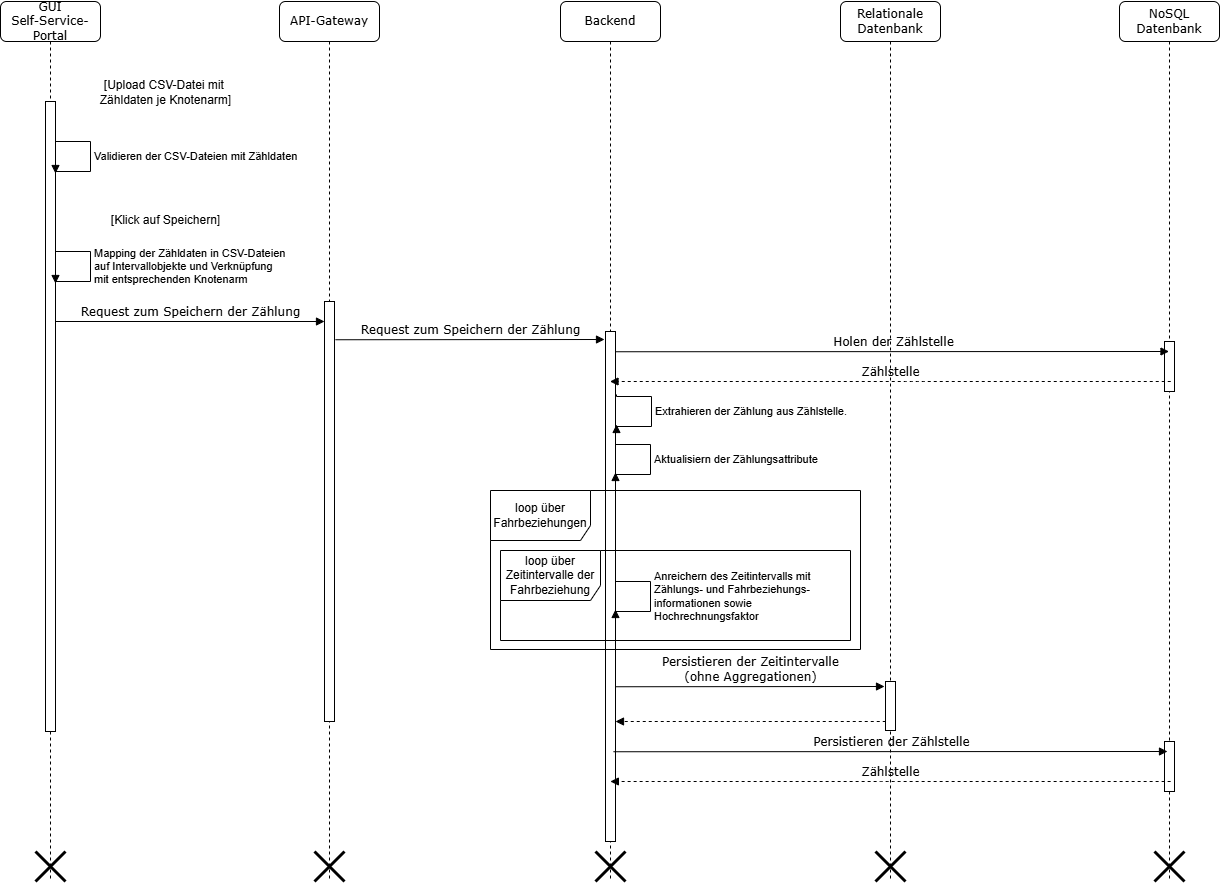
it-at-m/dave keeps this draw.io diagram as docs/src/img/DAVe_Laufzeitdiagramm_SelfServiceportal_Zaehlstelle_Zaehlung_Persistierung_Intervalle.drawio.png. Above is the earlier version. Source tidied: cells renumbered, new cells last; positions are measured from the earlier drawing's top-left corner, leaving out a move shared by most shapes. Its diagram source:
```xml
<mxGraphModel>
  <root>
    <mxCell id="0" />
    <mxCell id="1" parent="0" />
    <mxCell id="2" value="API-Gateway" style="shape=umlLifeline;perimeter=lifelinePerimeter;whiteSpace=wrap;html=1;rounded=1;shadow=0;comic=0;labelBackgroundColor=none;strokeWidth=1;fontFamily=Verdana;fontSize=12;align=center;" parent="1" vertex="1">
      <mxGeometry x="279" width="100" height="880" as="geometry" />
    </mxCell>
    <mxCell id="3" style="html=1;perimeter=orthogonalPerimeter;rounded=0;shadow=0;comic=0;labelBackgroundColor=none;strokeWidth=1;fontFamily=Verdana;fontSize=12;align=center;" parent="2" vertex="1">
      <mxGeometry x="45" y="300" width="10" height="420" as="geometry" />
    </mxCell>
    <mxCell id="4" style="shape=umlDestroy;whiteSpace=wrap;html=1;strokeWidth=3;targetShapes=umlLifeline;" parent="2" vertex="1">
      <mxGeometry x="35" y="850" width="30" height="30" as="geometry" />
    </mxCell>
    <mxCell id="5" value="Backend" style="shape=umlLifeline;perimeter=lifelinePerimeter;whiteSpace=wrap;html=1;outlineConnect=0;rounded=1;shadow=0;comic=0;labelBackgroundColor=none;strokeWidth=1;fontFamily=Verdana;fontSize=12;align=center;" parent="1" vertex="1">
      <mxGeometry x="560" width="100" height="880" as="geometry" />
    </mxCell>
    <mxCell id="6" style="html=1;points=[];perimeter=orthogonalPerimeter;rounded=0;shadow=0;comic=0;labelBackgroundColor=none;strokeWidth=1;fontFamily=Verdana;fontSize=12;align=center;" parent="5" vertex="1">
      <mxGeometry x="45" y="330" width="10" height="510" as="geometry" />
    </mxCell>
    <mxCell id="7" value="Aktualisiern der Zählungsattribute" style="html=1;align=left;spacingLeft=2;endArrow=block;rounded=0;edgeStyle=orthogonalEdgeStyle;curved=0;rounded=0;" parent="5" edge="1">
      <mxGeometry relative="1" as="geometry">
        <mxPoint x="55" y="441" as="sourcePoint" />
        <mxPoint x="55" y="471" as="targetPoint" />
        <Array as="points">
          <mxPoint x="90" y="443" />
          <mxPoint x="90" y="473" />
        </Array>
      </mxGeometry>
    </mxCell>
    <mxCell id="8" style="shape=umlDestroy;whiteSpace=wrap;html=1;strokeWidth=3;targetShapes=umlLifeline;" parent="5" vertex="1">
      <mxGeometry x="35" y="850" width="30" height="30" as="geometry" />
    </mxCell>
    <mxCell id="9" value="Anreichern des Zeitintervalls mit&lt;div&gt;&lt;div&gt;Zählungs- und Fahrbeziehungs-&lt;/div&gt;&lt;/div&gt;&lt;div&gt;informationen sowie&amp;nbsp;&lt;/div&gt;&lt;div&gt;Hochrechnungsfaktor&lt;/div&gt;" style="html=1;align=left;spacingLeft=2;endArrow=block;rounded=0;edgeStyle=orthogonalEdgeStyle;curved=0;rounded=0;" parent="5" edge="1">
      <mxGeometry relative="1" as="geometry">
        <mxPoint x="55" y="578" as="sourcePoint" />
        <mxPoint x="55" y="608" as="targetPoint" />
        <Array as="points">
          <mxPoint x="90" y="580" />
          <mxPoint x="90" y="610" />
        </Array>
      </mxGeometry>
    </mxCell>
    <mxCell id="10" value="Persistieren der Zeitintervalle&lt;div&gt;(ohne Aggregationen)&lt;/div&gt;" style="html=1;verticalAlign=bottom;endArrow=block;entryX=0;entryY=0;labelBackgroundColor=none;fontFamily=Verdana;fontSize=12;edgeStyle=elbowEdgeStyle;elbow=vertical;" parent="5" edge="1">
      <mxGeometry relative="1" as="geometry">
        <mxPoint x="55" y="685.2" as="sourcePoint" />
        <mxPoint x="324" y="685.2" as="targetPoint" />
      </mxGeometry>
    </mxCell>
    <mxCell id="11" value="Relationale&lt;div&gt;Datenbank&lt;/div&gt;" style="shape=umlLifeline;perimeter=lifelinePerimeter;whiteSpace=wrap;html=1;rounded=1;shadow=0;comic=0;labelBackgroundColor=none;strokeWidth=1;fontFamily=Verdana;fontSize=12;align=center;" parent="1" vertex="1">
      <mxGeometry x="840" width="100" height="880" as="geometry" />
    </mxCell>
    <mxCell id="12" style="shape=umlDestroy;whiteSpace=wrap;html=1;strokeWidth=3;targetShapes=umlLifeline;" parent="11" vertex="1">
      <mxGeometry x="35" y="850" width="30" height="30" as="geometry" />
    </mxCell>
    <mxCell id="13" style="html=1;perimeter=orthogonalPerimeter;rounded=0;shadow=0;comic=0;labelBackgroundColor=none;strokeWidth=1;fontFamily=Verdana;fontSize=12;align=center;" parent="11" vertex="1">
      <mxGeometry x="45" y="680" width="10" height="49" as="geometry" />
    </mxCell>
    <mxCell id="14" value="GUI&lt;div&gt;Self-Service-Portal&lt;/div&gt;" style="shape=umlLifeline;perimeter=lifelinePerimeter;whiteSpace=wrap;html=1;rounded=1;shadow=0;comic=0;labelBackgroundColor=none;strokeWidth=1;fontFamily=Verdana;fontSize=12;align=center;" parent="1" vertex="1">
      <mxGeometry width="100" height="880" as="geometry" />
    </mxCell>
    <mxCell id="15" style="html=1;perimeter=orthogonalPerimeter;rounded=0;shadow=0;comic=0;labelBackgroundColor=none;strokeWidth=1;fontFamily=Verdana;fontSize=12;align=center;" parent="14" vertex="1">
      <mxGeometry x="45" y="100" width="10" height="630" as="geometry" />
    </mxCell>
    <mxCell id="16" style="shape=umlDestroy;whiteSpace=wrap;html=1;strokeWidth=3;targetShapes=umlLifeline;" parent="14" vertex="1">
      <mxGeometry x="35" y="850" width="30" height="30" as="geometry" />
    </mxCell>
    <mxCell id="17" value="Validieren der CSV-Dateien mit Zähldaten" style="html=1;align=left;spacingLeft=2;endArrow=block;rounded=0;edgeStyle=orthogonalEdgeStyle;curved=0;rounded=0;" parent="14" edge="1">
      <mxGeometry relative="1" as="geometry">
        <mxPoint x="55" y="142" as="sourcePoint" />
        <mxPoint x="55" y="172" as="targetPoint" />
        <Array as="points">
          <mxPoint x="90" y="140" />
          <mxPoint x="90" y="170" />
        </Array>
      </mxGeometry>
    </mxCell>
    <mxCell id="18" value="Mapping der Zähldaten in CSV-Dateien&lt;div&gt;auf Intervallobjekte und Verknüpfung&lt;/div&gt;&lt;div&gt;mit entsprechenden Knotenarm&lt;/div&gt;" style="html=1;align=left;spacingLeft=2;endArrow=block;rounded=0;edgeStyle=orthogonalEdgeStyle;curved=0;rounded=0;" parent="14" edge="1">
      <mxGeometry relative="1" as="geometry">
        <mxPoint x="55" y="252" as="sourcePoint" />
        <mxPoint x="55" y="282" as="targetPoint" />
        <Array as="points">
          <mxPoint x="90" y="250" />
          <mxPoint x="90" y="280" />
        </Array>
      </mxGeometry>
    </mxCell>
    <mxCell id="19" value="[Upload CSV-Datei mit&amp;nbsp;&lt;div&gt;Zähldaten je Knotenarm]&lt;/div&gt;" style="text;html=1;strokeColor=none;fillColor=none;align=center;verticalAlign=middle;whiteSpace=wrap;rounded=0;" parent="1" vertex="1">
      <mxGeometry x="70" y="76" width="191" height="30" as="geometry" />
    </mxCell>
    <mxCell id="20" value="[Klick auf Speichern]" style="text;html=1;strokeColor=none;fillColor=none;align=center;verticalAlign=middle;whiteSpace=wrap;rounded=0;" parent="1" vertex="1">
      <mxGeometry x="70" y="204" width="191" height="30" as="geometry" />
    </mxCell>
    <mxCell id="21" value="Request zum Speichern der Zählung" style="html=1;verticalAlign=bottom;endArrow=block;entryX=0;entryY=0;labelBackgroundColor=none;fontFamily=Verdana;fontSize=12;edgeStyle=elbowEdgeStyle;elbow=vertical;" parent="1" edge="1">
      <mxGeometry relative="1" as="geometry">
        <mxPoint x="55" y="320" as="sourcePoint" />
        <mxPoint x="324" y="320" as="targetPoint" />
      </mxGeometry>
    </mxCell>
    <mxCell id="22" value="Request zum Speichern der Zählung" style="html=1;verticalAlign=bottom;endArrow=block;entryX=0;entryY=0;labelBackgroundColor=none;fontFamily=Verdana;fontSize=12;edgeStyle=elbowEdgeStyle;elbow=vertical;" parent="1" edge="1">
      <mxGeometry relative="1" as="geometry">
        <mxPoint x="335" y="338.2" as="sourcePoint" />
        <mxPoint x="604" y="338.2" as="targetPoint" />
      </mxGeometry>
    </mxCell>
    <mxCell id="23" value="loop über&lt;div&gt;Fahrbeziehungen&lt;/div&gt;" style="shape=umlFrame;whiteSpace=wrap;html=1;width=100;height=50;" parent="1" vertex="1">
      <mxGeometry x="490" y="489" width="370" height="159" as="geometry" />
    </mxCell>
    <mxCell id="24" value="loop über&lt;div&gt;Zeitintervalle der Fahrbeziehung&lt;/div&gt;" style="shape=umlFrame;whiteSpace=wrap;html=1;width=100;height=50;" parent="1" vertex="1">
      <mxGeometry x="500" y="549" width="350" height="90" as="geometry" />
    </mxCell>
    <mxCell id="25" style="html=1;verticalAlign=bottom;endArrow=block;labelBackgroundColor=none;fontFamily=Verdana;fontSize=12;edgeStyle=elbowEdgeStyle;elbow=vertical;exitX=0.925;exitY=0.55;exitDx=0;exitDy=0;exitPerimeter=0;dashed=1;" parent="1" edge="1">
      <mxGeometry relative="1" as="geometry">
        <mxPoint x="885.2" y="720" as="sourcePoint" />
        <mxPoint x="615" y="720" as="targetPoint" />
      </mxGeometry>
    </mxCell>
    <mxCell id="26" value="NoSQL&lt;div&gt;Datenbank&lt;/div&gt;" style="shape=umlLifeline;perimeter=lifelinePerimeter;whiteSpace=wrap;html=1;outlineConnect=0;rounded=1;shadow=0;comic=0;labelBackgroundColor=none;strokeWidth=1;fontFamily=Verdana;fontSize=12;align=center;" parent="1" vertex="1">
      <mxGeometry x="1119" width="100" height="880" as="geometry" />
    </mxCell>
    <mxCell id="27" style="shape=umlDestroy;whiteSpace=wrap;html=1;strokeWidth=3;targetShapes=umlLifeline;" parent="26" vertex="1">
      <mxGeometry x="35" y="850" width="30" height="30" as="geometry" />
    </mxCell>
    <mxCell id="28" style="html=1;perimeter=orthogonalPerimeter;rounded=0;shadow=0;comic=0;labelBackgroundColor=none;strokeWidth=1;fontFamily=Verdana;fontSize=12;align=center;" parent="26" vertex="1">
      <mxGeometry x="45" y="740" width="10" height="50" as="geometry" />
    </mxCell>
    <mxCell id="29" style="html=1;perimeter=orthogonalPerimeter;rounded=0;shadow=0;comic=0;labelBackgroundColor=none;strokeWidth=1;fontFamily=Verdana;fontSize=12;align=center;" parent="26" vertex="1">
      <mxGeometry x="45" y="340" width="10" height="50" as="geometry" />
    </mxCell>
    <mxCell id="30" value="Holen der Zählstelle" style="html=1;verticalAlign=bottom;endArrow=block;labelBackgroundColor=none;fontFamily=Verdana;fontSize=12;edgeStyle=elbowEdgeStyle;elbow=vertical;" parent="1" edge="1" target="26">
      <mxGeometry relative="1" as="geometry">
        <mxPoint x="615" y="350.2" as="sourcePoint" />
      </mxGeometry>
    </mxCell>
    <mxCell id="31" value="Extrahieren der Zählung aus Zählstelle." style="html=1;align=left;spacingLeft=2;endArrow=block;rounded=0;edgeStyle=orthogonalEdgeStyle;curved=0;rounded=0;" parent="1" edge="1">
      <mxGeometry relative="1" as="geometry">
        <mxPoint x="616" y="393" as="sourcePoint" />
        <mxPoint x="616" y="423" as="targetPoint" />
        <Array as="points">
          <mxPoint x="651" y="395" />
          <mxPoint x="651" y="425" />
        </Array>
      </mxGeometry>
    </mxCell>
    <mxCell id="32" value="Zählstelle" style="html=1;verticalAlign=bottom;endArrow=block;labelBackgroundColor=none;fontFamily=Verdana;fontSize=12;edgeStyle=elbowEdgeStyle;elbow=vertical;exitX=0.925;exitY=0.55;exitDx=0;exitDy=0;exitPerimeter=0;dashed=1;" parent="1" edge="1" target="5">
      <mxGeometry relative="1" as="geometry">
        <mxPoint x="1170.2" y="380" as="sourcePoint" />
      </mxGeometry>
    </mxCell>
    <mxCell id="33" value="Persistieren der Zählstelle" style="html=1;verticalAlign=bottom;endArrow=block;labelBackgroundColor=none;fontFamily=Verdana;fontSize=12;edgeStyle=elbowEdgeStyle;elbow=vertical;" parent="1" edge="1">
      <mxGeometry relative="1" as="geometry">
        <mxPoint x="613" y="750.2" as="sourcePoint" />
        <mxPoint x="1167" y="750" as="targetPoint" />
      </mxGeometry>
    </mxCell>
    <mxCell id="34" value="Zählstelle" style="html=1;verticalAlign=bottom;endArrow=block;labelBackgroundColor=none;fontFamily=Verdana;fontSize=12;edgeStyle=elbowEdgeStyle;elbow=vertical;exitX=0.925;exitY=0.55;exitDx=0;exitDy=0;exitPerimeter=0;dashed=1;" parent="1" edge="1">
      <mxGeometry relative="1" as="geometry">
        <mxPoint x="1170.1" y="780" as="sourcePoint" />
        <mxPoint x="609.9" y="780" as="targetPoint" />
      </mxGeometry>
    </mxCell>
  </root>
</mxGraphModel>
```
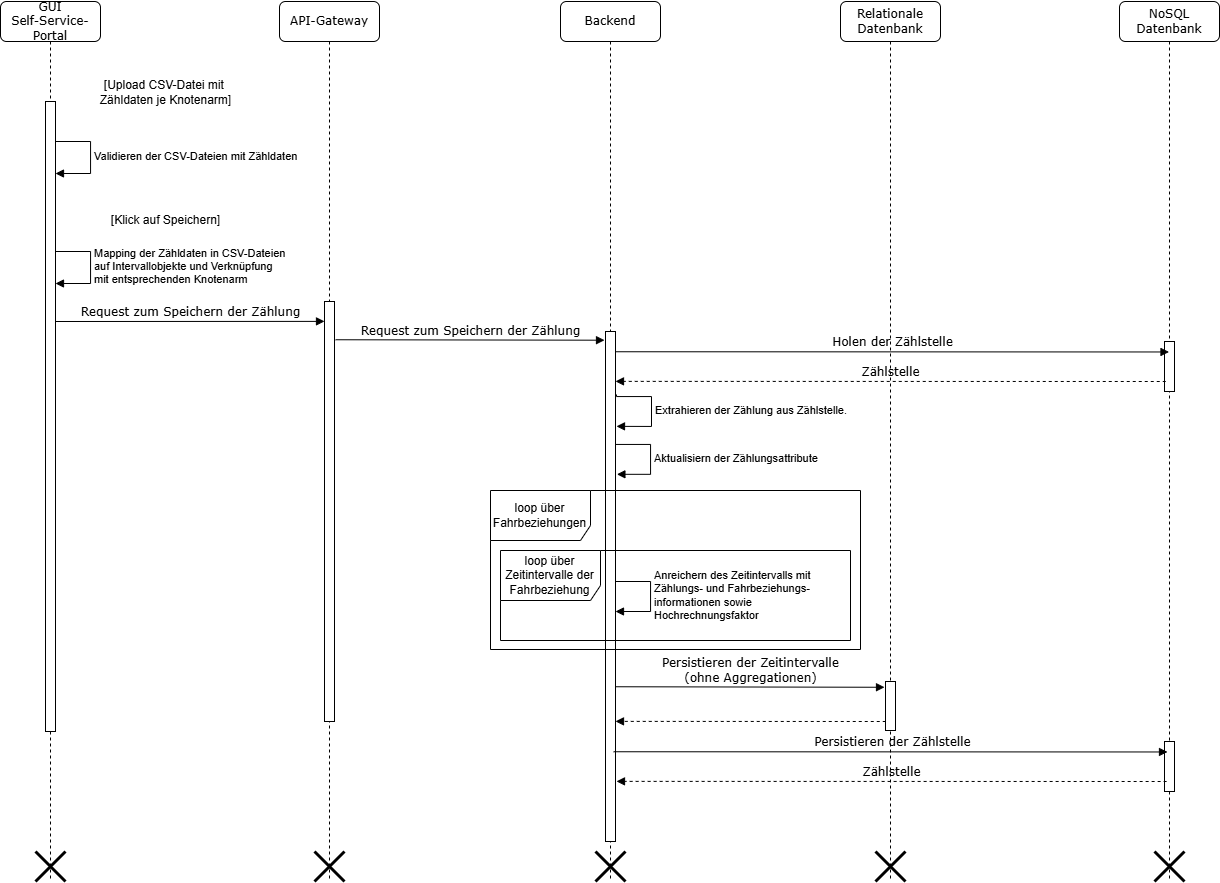
After the commit.

Change to the diagram source:
```diff
@@ -17,11 +17,11 @@
     <mxCell id="6" style="html=1;points=[];perimeter=orthogonalPerimeter;rounded=0;shadow=0;comic=0;labelBackgroundColor=none;strokeWidth=1;fontFamily=Verdana;fontSize=12;align=center;" parent="5" vertex="1">
       <mxGeometry x="45" y="330" width="10" height="510" as="geometry" />
     </mxCell>
-    <mxCell id="7" value="Aktualisiern der Zählungsattribute" style="html=1;align=left;spacingLeft=2;endArrow=block;rounded=0;edgeStyle=orthogonalEdgeStyle;curved=0;rounded=0;" parent="5" edge="1">
+    <mxCell id="7" value="Aktualisiern der Zählungsattribute" style="html=1;align=left;spacingLeft=2;endArrow=block;rounded=0;edgeStyle=orthogonalEdgeStyle;curved=0;rounded=0;entryX=1.14;entryY=0.28;entryDx=0;entryDy=0;entryPerimeter=0;" parent="5" edge="1" target="6">
       <mxGeometry relative="1" as="geometry">
         <mxPoint x="55" y="441" as="sourcePoint" />
-        <mxPoint x="55" y="471" as="targetPoint" />
         <Array as="points">
+          <mxPoint x="55" y="443" />
           <mxPoint x="90" y="443" />
           <mxPoint x="90" y="473" />
         </Array>
@@ -33,7 +33,7 @@
     <mxCell id="9" value="Anreichern des Zeitintervalls mit&lt;div&gt;&lt;div&gt;Zählungs- und Fahrbeziehungs-&lt;/div&gt;&lt;/div&gt;&lt;div&gt;informationen sowie&amp;nbsp;&lt;/div&gt;&lt;div&gt;Hochrechnungsfaktor&lt;/div&gt;" style="html=1;align=left;spacingLeft=2;endArrow=block;rounded=0;edgeStyle=orthogonalEdgeStyle;curved=0;rounded=0;" parent="5" edge="1">
       <mxGeometry relative="1" as="geometry">
         <mxPoint x="55" y="578" as="sourcePoint" />
-        <mxPoint x="55" y="608" as="targetPoint" />
+        <mxPoint x="55" y="610" as="targetPoint" />
         <Array as="points">
           <mxPoint x="90" y="580" />
           <mxPoint x="90" y="610" />
@@ -69,8 +69,9 @@
         <mxPoint x="55" y="142" as="sourcePoint" />
         <mxPoint x="55" y="172" as="targetPoint" />
         <Array as="points">
+          <mxPoint x="55" y="140" />
           <mxPoint x="90" y="140" />
-          <mxPoint x="90" y="170" />
+          <mxPoint x="90" y="172" />
         </Array>
       </mxGeometry>
     </mxCell>
@@ -79,8 +80,9 @@
         <mxPoint x="55" y="252" as="sourcePoint" />
         <mxPoint x="55" y="282" as="targetPoint" />
         <Array as="points">
+          <mxPoint x="55" y="250" />
           <mxPoint x="90" y="250" />
-          <mxPoint x="90" y="280" />
+          <mxPoint x="90" y="282" />
         </Array>
       </mxGeometry>
     </mxCell>
@@ -131,19 +133,20 @@
         <mxPoint x="615" y="350.2" as="sourcePoint" />
       </mxGeometry>
     </mxCell>
-    <mxCell id="31" value="Extrahieren der Zählung aus Zählstelle." style="html=1;align=left;spacingLeft=2;endArrow=block;rounded=0;edgeStyle=orthogonalEdgeStyle;curved=0;rounded=0;" parent="1" edge="1">
+    <mxCell id="31" value="Extrahieren der Zählung aus Zählstelle." style="html=1;align=left;spacingLeft=2;endArrow=block;rounded=0;edgeStyle=orthogonalEdgeStyle;curved=0;rounded=0;entryX=1.1;entryY=0.186;entryDx=0;entryDy=0;entryPerimeter=0;" parent="1" edge="1" target="6">
       <mxGeometry relative="1" as="geometry">
         <mxPoint x="616" y="393" as="sourcePoint" />
-        <mxPoint x="616" y="423" as="targetPoint" />
         <Array as="points">
+          <mxPoint x="616" y="395" />
           <mxPoint x="651" y="395" />
           <mxPoint x="651" y="425" />
         </Array>
       </mxGeometry>
     </mxCell>
-    <mxCell id="32" value="Zählstelle" style="html=1;verticalAlign=bottom;endArrow=block;labelBackgroundColor=none;fontFamily=Verdana;fontSize=12;edgeStyle=elbowEdgeStyle;elbow=vertical;exitX=0.925;exitY=0.55;exitDx=0;exitDy=0;exitPerimeter=0;dashed=1;" parent="1" edge="1" target="5">
+    <mxCell id="32" value="Zählstelle" style="html=1;verticalAlign=bottom;endArrow=block;labelBackgroundColor=none;fontFamily=Verdana;fontSize=12;edgeStyle=elbowEdgeStyle;elbow=vertical;exitX=0.925;exitY=0.55;exitDx=0;exitDy=0;exitPerimeter=0;dashed=1;" parent="1" edge="1">
       <mxGeometry relative="1" as="geometry">
-        <mxPoint x="1170.2" y="380" as="sourcePoint" />
+        <mxPoint x="1165.2" y="380" as="sourcePoint" />
+        <mxPoint x="615" y="380" as="targetPoint" />
       </mxGeometry>
     </mxCell>
     <mxCell id="33" value="Persistieren der Zählstelle" style="html=1;verticalAlign=bottom;endArrow=block;labelBackgroundColor=none;fontFamily=Verdana;fontSize=12;edgeStyle=elbowEdgeStyle;elbow=vertical;" parent="1" edge="1">
@@ -154,8 +157,8 @@
     </mxCell>
     <mxCell id="34" value="Zählstelle" style="html=1;verticalAlign=bottom;endArrow=block;labelBackgroundColor=none;fontFamily=Verdana;fontSize=12;edgeStyle=elbowEdgeStyle;elbow=vertical;exitX=0.925;exitY=0.55;exitDx=0;exitDy=0;exitPerimeter=0;dashed=1;" parent="1" edge="1">
       <mxGeometry relative="1" as="geometry">
-        <mxPoint x="1170.1" y="780" as="sourcePoint" />
-        <mxPoint x="609.9" y="780" as="targetPoint" />
+        <mxPoint x="1166.1" y="780" as="sourcePoint" />
+        <mxPoint x="616" y="780" as="targetPoint" />
       </mxGeometry>
     </mxCell>
   </root>
```
